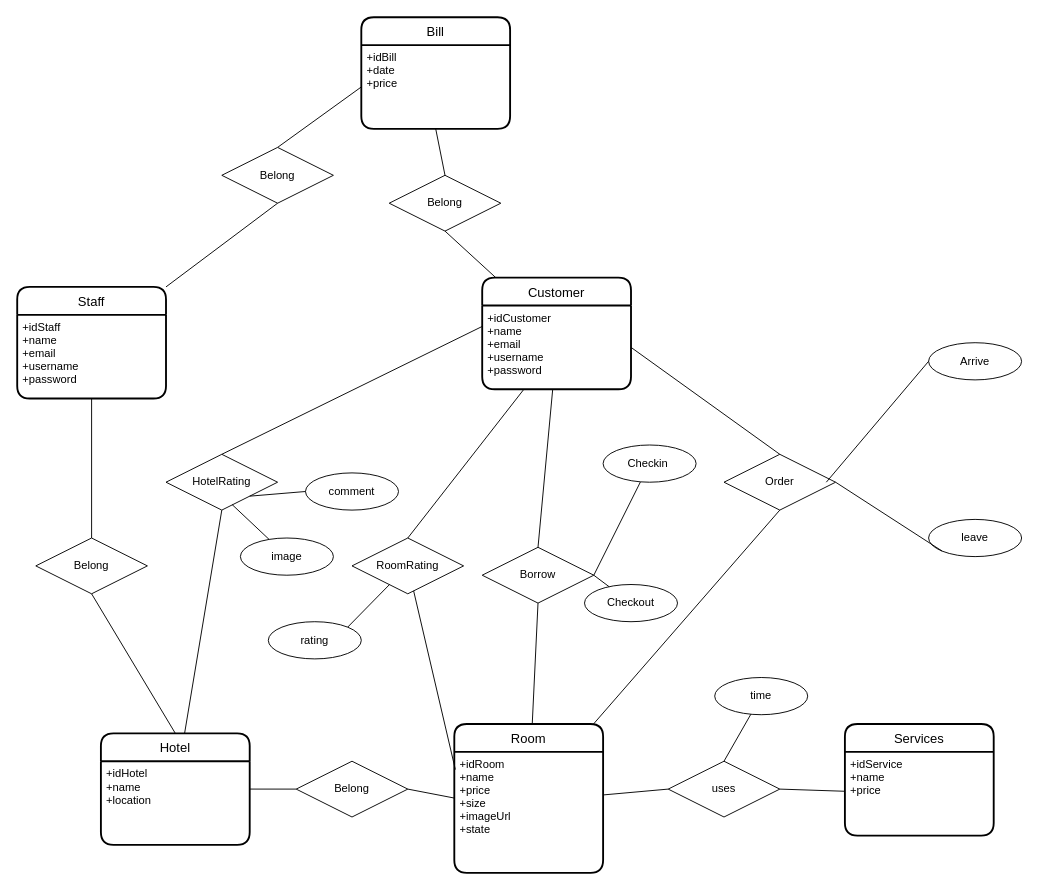
The draw.io diagram DB_G2/Entity.drawio in KIT2022G2/Project_Hotel_G2, before the edit. Source tidied: cells renumbered, new cells numbered last; positions are measured from the earlier drawing's top-left corner, leaving out a move shared by most shapes. Both pictures are drawn from the tidied source at 93%, with x=0, y=0 at pixel (17, 17).
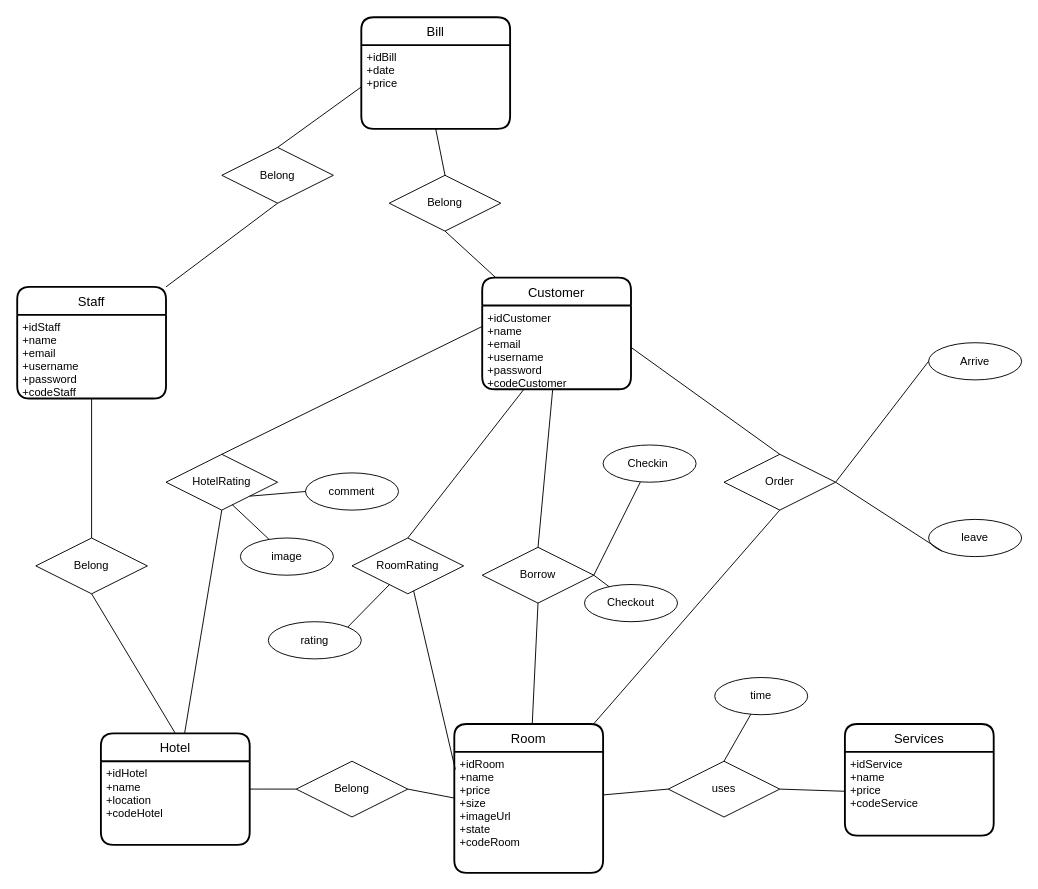
The same page after the edit.

The change refers to these unchanged cells:
```xml
<mxCell id="2" value="Staff" style="swimlane;horizontal=1;startSize=30;rounded=1;fontSize=14;fontStyle=0;strokeWidth=2;shadow=0;dashed=0;align=center;" parent="1" vertex="1">
  <mxGeometry y="290" width="160" height="120" as="geometry" />
</mxCell>
<mxCell id="4" value="Hotel" style="swimlane;horizontal=1;startSize=30;rounded=1;fontSize=14;fontStyle=0;strokeWidth=2;shadow=0;dashed=0;align=center;" parent="1" vertex="1">
  <mxGeometry x="90" y="770" width="160" height="120" as="geometry" />
</mxCell>
<mxCell id="6" value="Room" style="swimlane;horizontal=1;startSize=30;rounded=1;fontSize=14;fontStyle=0;strokeWidth=2;shadow=0;dashed=0;align=center;" parent="1" vertex="1">
  <mxGeometry x="470" y="760" width="160" height="160" as="geometry" />
</mxCell>
<mxCell id="8" value="Services" style="swimlane;horizontal=1;startSize=30;rounded=1;fontSize=14;fontStyle=0;strokeWidth=2;shadow=0;dashed=0;align=center;" parent="1" vertex="1">
  <mxGeometry x="890" y="760" width="160" height="120" as="geometry" />
</mxCell>
<mxCell id="17" value="Order" style="shape=rhombus;perimeter=rhombusPerimeter;whiteSpace=wrap;html=1;align=center;" parent="1" vertex="1">
  <mxGeometry x="760" y="470" width="120" height="60" as="geometry" />
</mxCell>
<mxCell id="18" value="Customer" style="swimlane;horizontal=1;startSize=30;rounded=1;fontSize=14;fontStyle=0;strokeWidth=2;shadow=0;dashed=0;align=center;" parent="1" vertex="1">
  <mxGeometry x="500" y="280" width="160" height="120" as="geometry" />
</mxCell>
<mxCell id="30" value="Arrive" style="ellipse;whiteSpace=wrap;html=1;align=center;" parent="1" vertex="1">
  <mxGeometry x="980" y="350" width="100" height="40" as="geometry" />
</mxCell>
```

What changed in the source:
```diff
@@
-    <mxCell id="3" value="+idStaff&#10;+name&#10;+email&#10;+username&#10;+password" style="align=left;strokeColor=none;fillColor=none;spacingLeft=4;fontSize=12;verticalAlign=top;" parent="2" vertex="1">
+    <mxCell id="3" value="+idStaff&#10;+name&#10;+email&#10;+username&#10;+password&#10;+codeStaff" style="align=left;strokeColor=none;fillColor=none;spacingLeft=4;fontSize=12;verticalAlign=top;" parent="2" vertex="1">
       <mxGeometry y="30" width="160" height="90" as="geometry" />
     </mxCell>
@@
-    <mxCell id="5" value="+idHotel&#10;+name&#10;+location" style="align=left;strokeColor=none;fillColor=none;spacingLeft=4;fontSize=12;verticalAlign=top;" parent="4" vertex="1">
+    <mxCell id="5" value="+idHotel&#10;+name&#10;+location&#10;+codeHotel" style="align=left;strokeColor=none;fillColor=none;spacingLeft=4;fontSize=12;verticalAlign=top;" parent="4" vertex="1">
       <mxGeometry y="30" width="160" height="90" as="geometry" />
     </mxCell>
@@
-    <mxCell id="7" value="+idRoom&#10;+name&#10;+price&#10;+size&#10;+imageUrl&#10;+state" style="align=left;strokeColor=none;fillColor=none;spacingLeft=4;fontSize=12;verticalAlign=top;" parent="6" vertex="1">
+    <mxCell id="7" value="+idRoom&#10;+name&#10;+price&#10;+size&#10;+imageUrl&#10;+state&#10;+codeRoom" style="align=left;strokeColor=none;fillColor=none;spacingLeft=4;fontSize=12;verticalAlign=top;" parent="6" vertex="1">
       <mxGeometry y="30" width="160" height="130" as="geometry" />
     </mxCell>
@@
-    <mxCell id="9" value="+idService&#10;+name&#10;+price" style="align=left;strokeColor=none;fillColor=none;spacingLeft=4;fontSize=12;verticalAlign=top;" parent="8" vertex="1">
+    <mxCell id="9" value="+idService&#10;+name&#10;+price&#10;+codeService" style="align=left;strokeColor=none;fillColor=none;spacingLeft=4;fontSize=12;verticalAlign=top;" parent="8" vertex="1">
       <mxGeometry y="30" width="160" height="90" as="geometry" />
     </mxCell>
@@
-    <mxCell id="19" value="+idCustomer&#10;+name&#10;+email&#10;+username&#10;+password" style="align=left;strokeColor=none;fillColor=none;spacingLeft=4;fontSize=12;verticalAlign=top;" parent="18" vertex="1">
+    <mxCell id="19" value="+idCustomer&#10;+name&#10;+email&#10;+username&#10;+password&#10;+codeCustomer" style="align=left;strokeColor=none;fillColor=none;spacingLeft=4;fontSize=12;verticalAlign=top;" parent="18" vertex="1">
       <mxGeometry y="30" width="160" height="90" as="geometry" />
     </mxCell>
@@
-    <mxCell id="31" style="endArrow=none;html=1;rounded=0;strokeWidth=1;entryX=0;entryY=0.5;entryDx=0;entryDy=0;" parent="1" edge="1" target="30">
-      <mxGeometry relative="1" as="geometry">
-        <mxPoint x="870" y="500" as="sourcePoint" />
-      </mxGeometry>
+    <mxCell id="31" style="endArrow=none;html=1;rounded=0;strokeWidth=1;entryX=0;entryY=0.5;entryDx=0;entryDy=0;exitX=1;exitY=0.5;exitDx=0;exitDy=0;" parent="1" edge="1" source="17" target="30">
+      <mxGeometry relative="1" as="geometry" />
     </mxCell>
```
